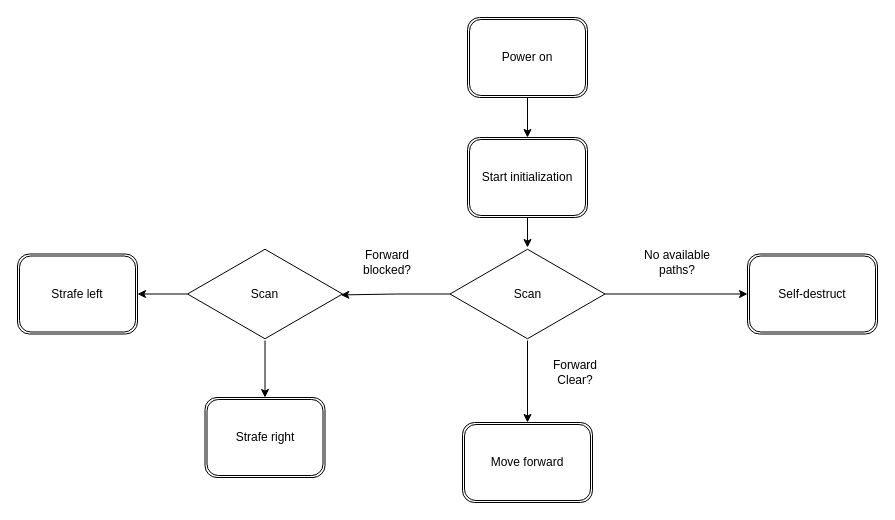
The draw.io diagram robotflow.drawio in helloalexpeterson/DrawIO, before the edit. Source tidied: cells renumbered, new cells numbered last; positions are measured from the earlier drawing's top-left corner, leaving out a move shared by most shapes. Both pictures are drawn from the tidied source at 100%, with x=0, y=0 at pixel (17, 17).
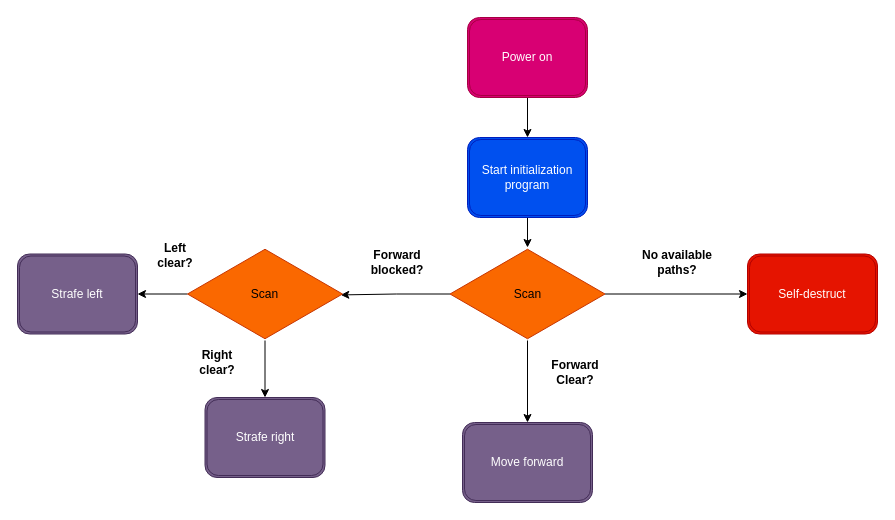
After the change.

Change to the diagram source:
```diff
@@
-    <mxCell id="2" value="Strafe left" style="shape=ext;double=1;rounded=1;whiteSpace=wrap;html=1;" parent="1" vertex="1">
+    <mxCell id="2" value="Strafe left" style="shape=ext;double=1;rounded=1;whiteSpace=wrap;html=1;fillColor=#76608a;fontColor=#ffffff;strokeColor=#432D57;" parent="1" vertex="1">
       <mxGeometry y="236.5" width="120" height="80" as="geometry" />
     </mxCell>
@@
-    <mxCell id="4" value="Start initialization" style="shape=ext;double=1;rounded=1;whiteSpace=wrap;html=1;" parent="1" vertex="1">
+    <mxCell id="4" value="Start initialization program" style="shape=ext;double=1;rounded=1;whiteSpace=wrap;html=1;fillColor=#0050ef;fontColor=#ffffff;strokeColor=#001DBC;" parent="1" vertex="1">
       <mxGeometry x="450" y="120" width="120" height="80" as="geometry" />
     </mxCell>
@@
-    <mxCell id="6" value="Power on" style="shape=ext;double=1;rounded=1;whiteSpace=wrap;html=1;" parent="1" vertex="1">
+    <mxCell id="6" value="Power on" style="shape=ext;double=1;rounded=1;whiteSpace=wrap;html=1;fillColor=#d80073;strokeColor=#A50040;fontColor=#ffffff;" parent="1" vertex="1">
       <mxGeometry x="450" width="120" height="80" as="geometry" />
     </mxCell>
@@
-    <mxCell id="10" value="Scan" style="html=1;whiteSpace=wrap;shape=isoRectangle;" parent="1" vertex="1">
+    <mxCell id="10" value="Scan" style="html=1;whiteSpace=wrap;shape=isoRectangle;fillColor=#fa6800;fontColor=#000000;strokeColor=#C73500;" parent="1" vertex="1">
       <mxGeometry x="432.5" y="230" width="155" height="93" as="geometry" />
     </mxCell>
-    <mxCell id="11" value="Move forward" style="shape=ext;double=1;rounded=1;whiteSpace=wrap;html=1;" parent="1" vertex="1">
+    <mxCell id="11" value="Move forward" style="shape=ext;double=1;rounded=1;whiteSpace=wrap;html=1;fillColor=#76608a;fontColor=#ffffff;strokeColor=#432D57;" parent="1" vertex="1">
       <mxGeometry x="445" y="405" width="130" height="80" as="geometry" />
     </mxCell>
-    <mxCell id="12" value="Strafe right" style="shape=ext;double=1;rounded=1;whiteSpace=wrap;html=1;" parent="1" vertex="1">
+    <mxCell id="12" value="Strafe right" style="shape=ext;double=1;rounded=1;whiteSpace=wrap;html=1;fillColor=#76608a;fontColor=#ffffff;strokeColor=#432D57;" parent="1" vertex="1">
       <mxGeometry x="187.5" y="380" width="120" height="80" as="geometry" />
     </mxCell>
-    <mxCell id="13" value="Forward blocked?" style="text;html=1;strokeColor=none;fillColor=none;align=center;verticalAlign=middle;whiteSpace=wrap;rounded=0;" parent="1" vertex="1">
-      <mxGeometry x="340" y="230" width="60" height="30" as="geometry" />
+    <mxCell id="13" value="Forward blocked?" style="text;html=1;strokeColor=none;fillColor=none;align=center;verticalAlign=middle;whiteSpace=wrap;rounded=0;fontStyle=1;" parent="1" vertex="1">
+      <mxGeometry x="350" y="230" width="60" height="30" as="geometry" />
     </mxCell>
@@
-    <mxCell id="16" value="Scan" style="html=1;whiteSpace=wrap;shape=isoRectangle;" parent="1" vertex="1">
+    <mxCell id="16" value="Scan" style="html=1;whiteSpace=wrap;shape=isoRectangle;fillColor=#fa6800;fontColor=#000000;strokeColor=#C73500;" parent="1" vertex="1">
       <mxGeometry x="170" y="230" width="155" height="93" as="geometry" />
     </mxCell>
-    <mxCell id="17" value="Forward Clear?" style="text;html=1;strokeColor=none;fillColor=none;align=center;verticalAlign=middle;whiteSpace=wrap;rounded=0;" parent="1" vertex="1">
+    <mxCell id="17" value="Forward Clear?" style="text;html=1;strokeColor=none;fillColor=none;align=center;verticalAlign=middle;whiteSpace=wrap;rounded=0;fontStyle=1;" parent="1" vertex="1">
       <mxGeometry x="527.5" y="340" width="60" height="30" as="geometry" />
     </mxCell>
-    <mxCell id="18" value="Self-destruct" style="shape=ext;double=1;rounded=1;whiteSpace=wrap;html=1;" parent="1" vertex="1">
+    <mxCell id="18" value="Self-destruct" style="shape=ext;double=1;rounded=1;whiteSpace=wrap;html=1;fillColor=#e51400;fontColor=#ffffff;strokeColor=#B20000;" parent="1" vertex="1">
       <mxGeometry x="730" y="236.5" width="130" height="80" as="geometry" />
     </mxCell>
-    <mxCell id="19" value="No available paths?" style="text;html=1;strokeColor=none;fillColor=none;align=center;verticalAlign=middle;whiteSpace=wrap;rounded=0;" parent="1" vertex="1">
+    <mxCell id="19" value="No available paths?" style="text;html=1;strokeColor=none;fillColor=none;align=center;verticalAlign=middle;whiteSpace=wrap;rounded=0;fontStyle=1;" parent="1" vertex="1">
       <mxGeometry x="610" y="223.2" width="100" height="43.5" as="geometry" />
     </mxCell>
+    <mxCell id="20" value="Left clear?" style="text;html=1;strokeColor=none;fillColor=none;align=center;verticalAlign=middle;whiteSpace=wrap;rounded=0;fontStyle=1;" parent="1" vertex="1">
+      <mxGeometry x="127.5" y="223.2" width="60" height="30" as="geometry" />
+    </mxCell>
+    <mxCell id="21" value="Right clear?" style="text;html=1;strokeColor=none;fillColor=none;align=center;verticalAlign=middle;whiteSpace=wrap;rounded=0;fontStyle=1;" parent="1" vertex="1">
+      <mxGeometry x="170" y="330" width="60" height="30" as="geometry" />
+    </mxCell>
```
